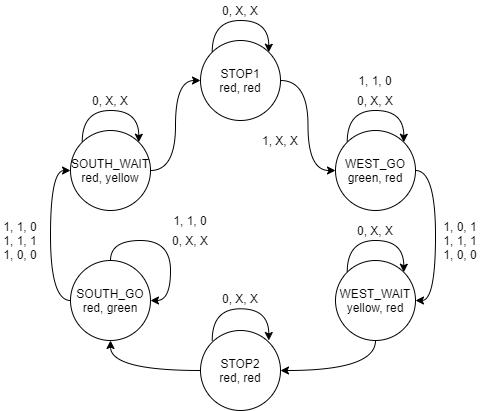
Earlier version of the draw.io export Labs/08-traffic_lights/img/state_diagram.PNG (gkaretka/Digital-electronics-1). Source tidied: cells renumbered, new cells last; positions are measured from the earlier drawing's top-left corner, leaving out a move shared by most shapes.
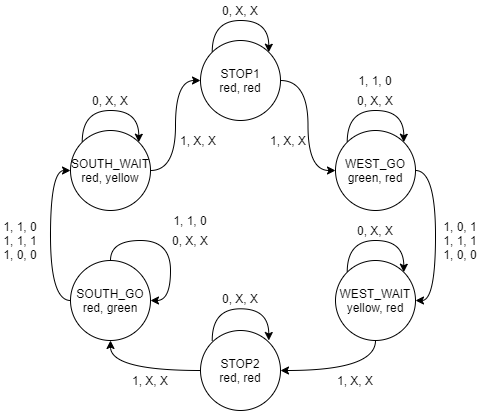
Above is the later version.

Diff of the diagram source:
```diff
@@ -57,7 +57,7 @@
       <mxGeometry x="90" y="90" width="40" height="20" as="geometry" />
     </mxCell>
     <mxCell id="20" value="1, X, X" style="text;html=1;strokeColor=none;fillColor=none;align=center;verticalAlign=middle;whiteSpace=wrap;rounded=0;" parent="1" vertex="1">
-      <mxGeometry x="260" y="130" width="40" height="20" as="geometry" />
+      <mxGeometry x="268" y="130" width="40" height="20" as="geometry" />
     </mxCell>
     <mxCell id="21" value="1, 1, 0" style="text;html=1;strokeColor=none;fillColor=none;align=center;verticalAlign=middle;whiteSpace=wrap;rounded=0;" parent="1" vertex="1">
       <mxGeometry x="355" y="70" width="40" height="20" as="geometry" />
@@ -122,5 +122,14 @@
     <mxCell id="30" value="1, 1, 0&lt;br&gt;1, 1, 1&lt;br&gt;1, 0, 0" style="text;html=1;strokeColor=none;fillColor=none;align=center;verticalAlign=middle;whiteSpace=wrap;rounded=0;" parent="1" vertex="1">
       <mxGeometry y="210" width="40" height="60" as="geometry" />
     </mxCell>
+    <mxCell id="31" value="1, X, X" style="text;html=1;strokeColor=none;fillColor=none;align=center;verticalAlign=middle;whiteSpace=wrap;rounded=0;" parent="1" vertex="1">
+      <mxGeometry x="335" y="370" width="40" height="20" as="geometry" />
+    </mxCell>
+    <mxCell id="32" value="1, X, X" style="text;html=1;strokeColor=none;fillColor=none;align=center;verticalAlign=middle;whiteSpace=wrap;rounded=0;" parent="1" vertex="1">
+      <mxGeometry x="130" y="370" width="40" height="20" as="geometry" />
+    </mxCell>
+    <mxCell id="33" value="1, X, X" style="text;html=1;strokeColor=none;fillColor=none;align=center;verticalAlign=middle;whiteSpace=wrap;rounded=0;" parent="1" vertex="1">
+      <mxGeometry x="178" y="130" width="40" height="20" as="geometry" />
+    </mxCell>
   </root>
 </mxGraphModel>
```
